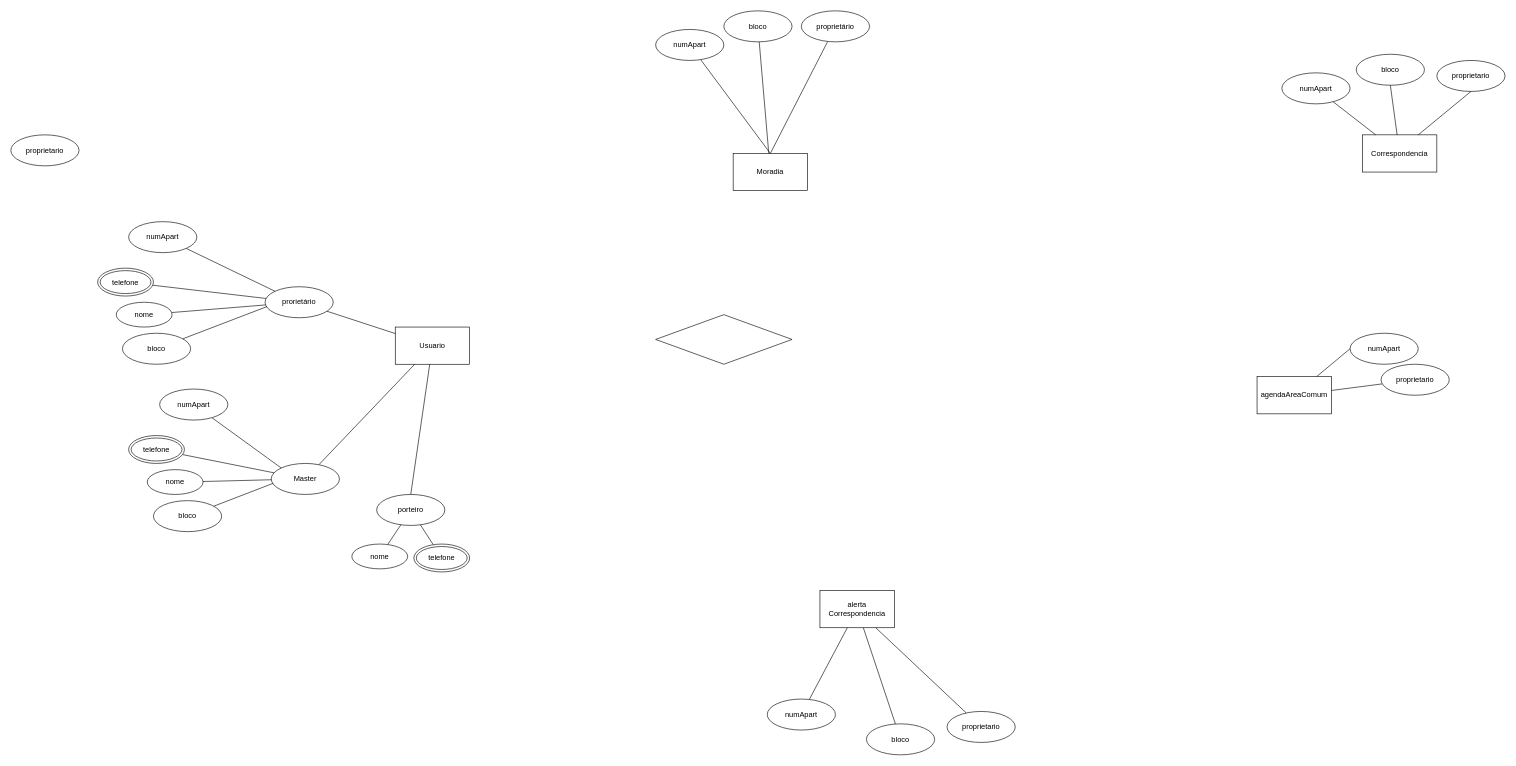
Before: page "Diagrama_ER" (3 of 3) of Diagrama sem nome.drawio in ICEI-PUC-Minas-PMV-ADS/pmv-ads-2023-1-e2-proj-int-t3-pmv-ads-2023-1-e3-proj-int-t3-time3-ci, a draw.io diagram. Source tidied: cells renumbered, new cells numbered last; positions are measured from the earlier drawing's top-left corner, leaving out a move shared by most shapes. Both pictures are drawn from the tidied source at 62%, with x=0, y=0 at pixel (11, 11).
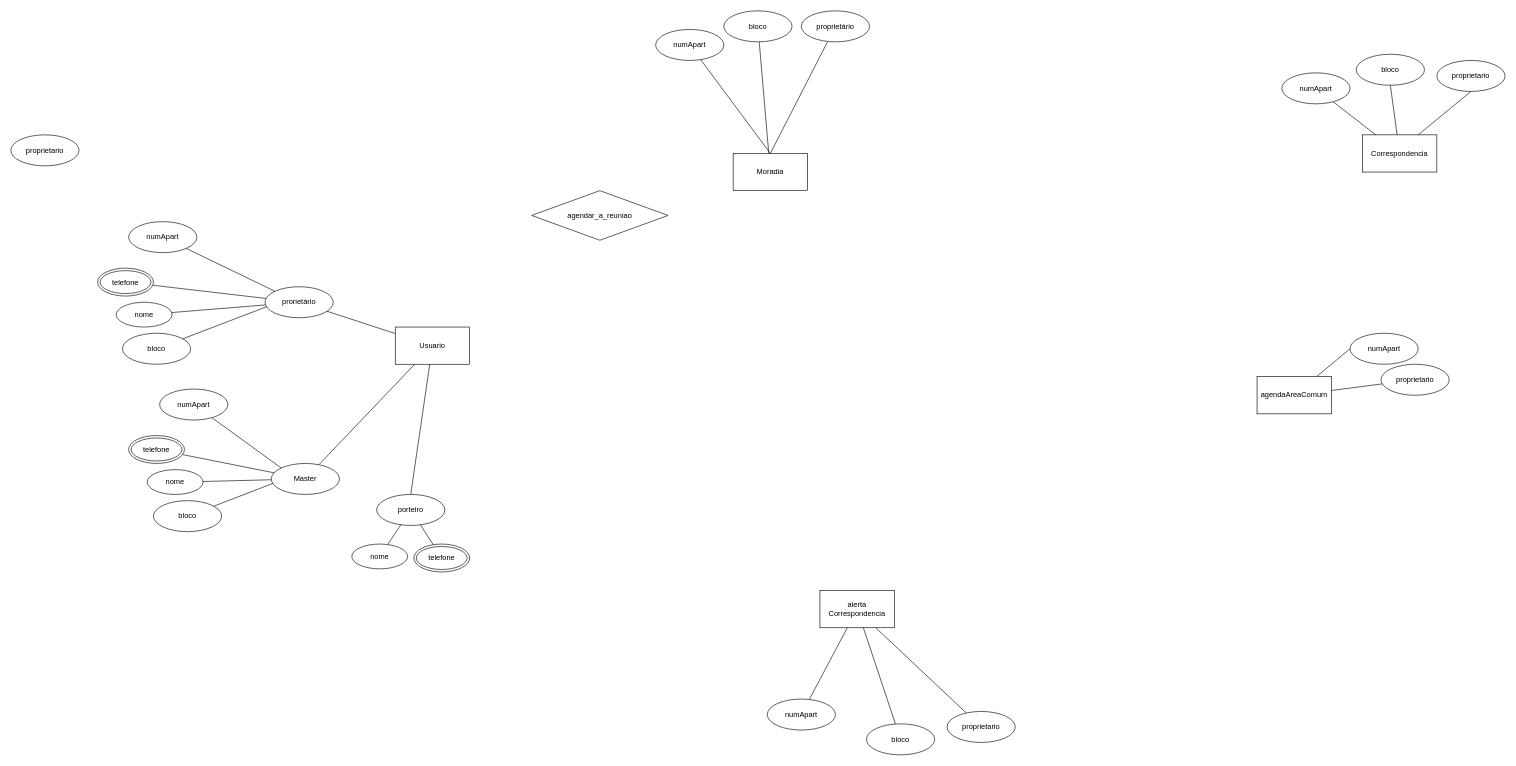
Above is the later version.

What changed in the source:
```diff
@@
-    <mxCell id="56" style="rhombus;whiteSpace=wrap;html=1;" parent="1" vertex="1">
-      <mxGeometry x="1040" y="490" width="220" height="80" as="geometry" />
+    <mxCell id="56" value="agendar_a_reuniao" style="rhombus;whiteSpace=wrap;html=1;" parent="1" vertex="1">
+      <mxGeometry x="840" y="290" width="220" height="80" as="geometry" />
     </mxCell>
```
